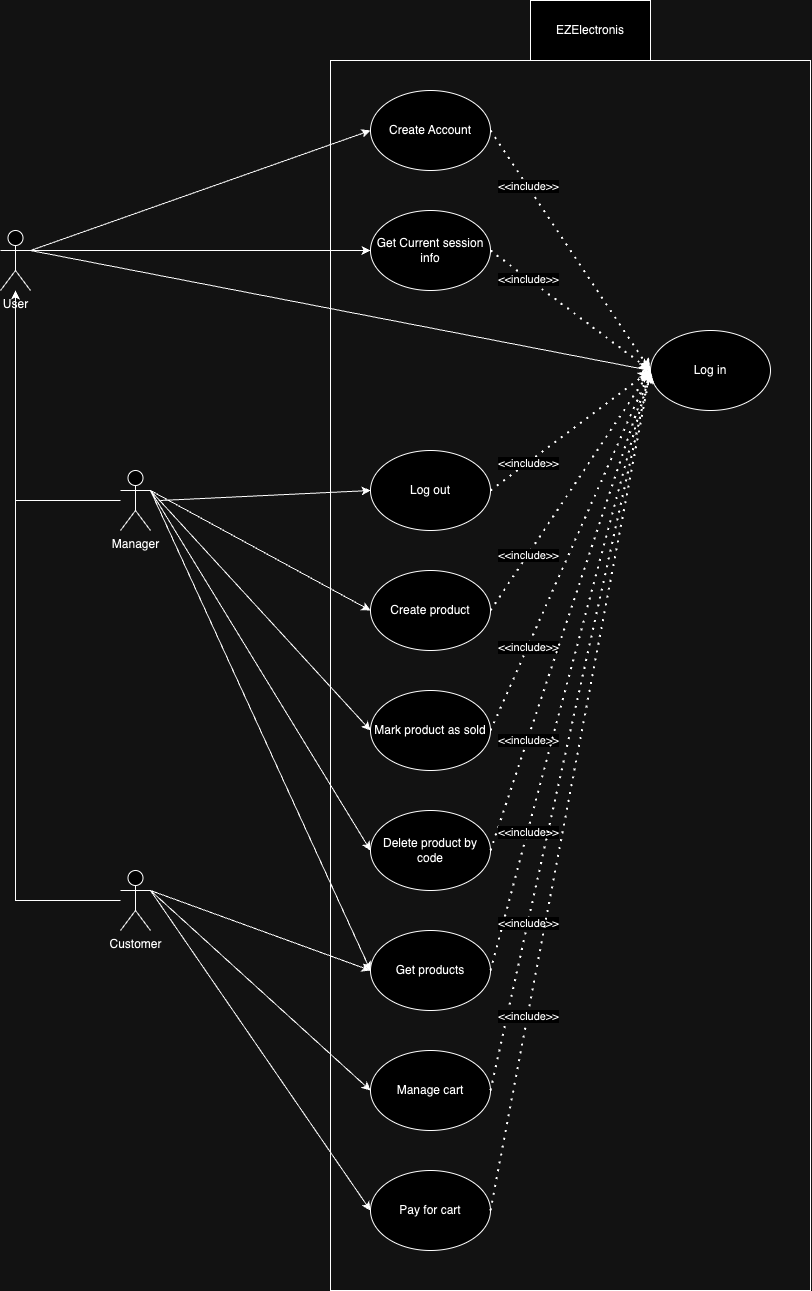
Earlier version of the draw.io export assets/img/V1/UCDV1.png (Andrea-1704/Ezelectronics). Source tidied: cells renumbered, new cells last; positions are measured from the earlier drawing's top-left corner, leaving out a move shared by most shapes.
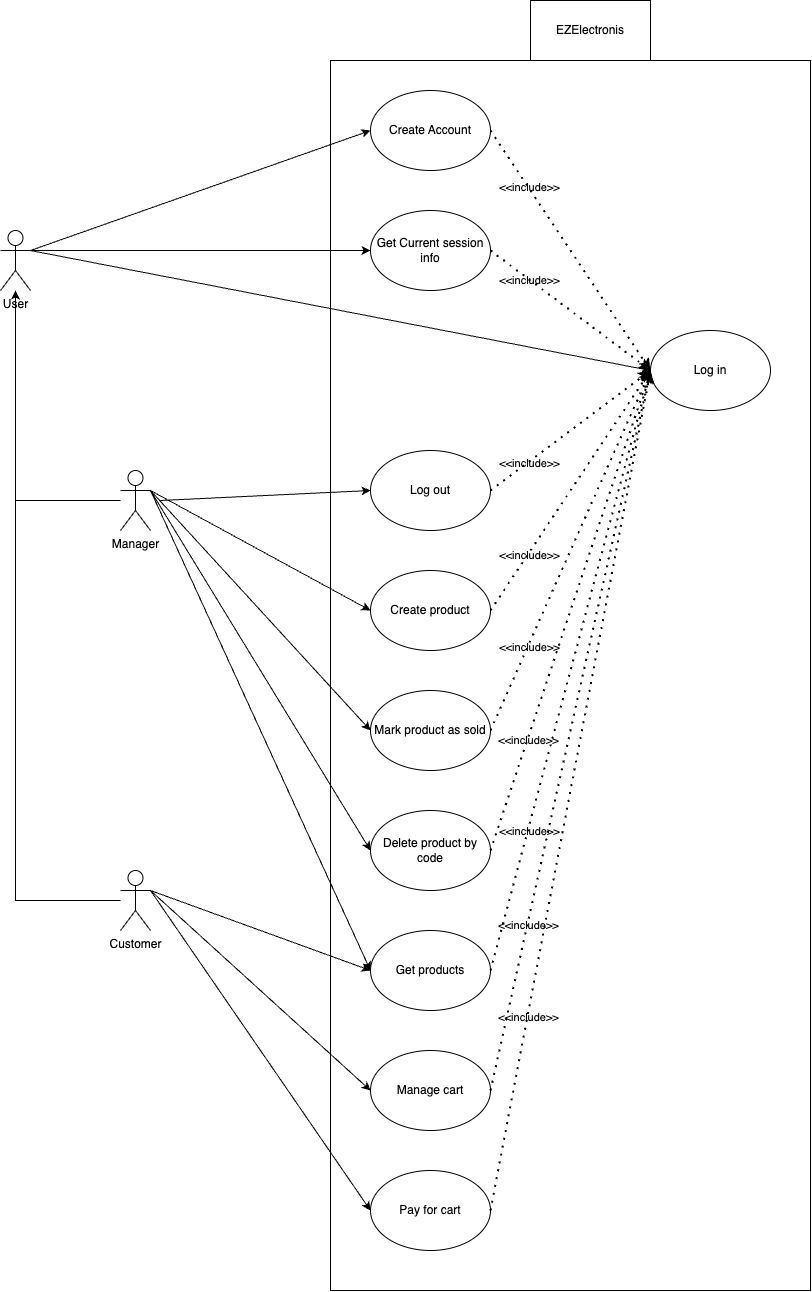
After the commit.

Diff of the diagram source:
```diff
@@ -2,155 +2,155 @@
   <root>
     <mxCell id="0" />
     <mxCell id="1" parent="0" />
-    <mxCell id="2" value="Create Account" style="ellipse;whiteSpace=wrap;html=1;" parent="1" vertex="1">
+    <mxCell id="2" value="Create Account" style="ellipse;whiteSpace=wrap;html=1;labelBackgroundColor=none;rounded=0;" parent="1" vertex="1">
       <mxGeometry x="370" y="90" width="120" height="80" as="geometry" />
     </mxCell>
-    <mxCell id="3" value="User&lt;div&gt;&lt;br&gt;&lt;/div&gt;" style="shape=umlActor;verticalLabelPosition=bottom;verticalAlign=top;html=1;outlineConnect=0;" parent="1" vertex="1">
+    <mxCell id="3" value="User&lt;div&gt;&lt;br&gt;&lt;/div&gt;" style="shape=umlActor;verticalLabelPosition=bottom;verticalAlign=top;html=1;outlineConnect=0;labelBackgroundColor=none;rounded=0;" parent="1" vertex="1">
       <mxGeometry y="230" width="30" height="60" as="geometry" />
     </mxCell>
-    <mxCell id="4" value="Log in" style="ellipse;whiteSpace=wrap;html=1;" parent="1" vertex="1">
+    <mxCell id="4" value="Log in" style="ellipse;whiteSpace=wrap;html=1;labelBackgroundColor=none;rounded=0;" parent="1" vertex="1">
       <mxGeometry x="650" y="330" width="120" height="80" as="geometry" />
     </mxCell>
-    <mxCell id="5" value="Get Current session info" style="ellipse;whiteSpace=wrap;html=1;" parent="1" vertex="1">
+    <mxCell id="5" value="Get Current session info" style="ellipse;whiteSpace=wrap;html=1;labelBackgroundColor=none;rounded=0;" parent="1" vertex="1">
       <mxGeometry x="370" y="210" width="120" height="80" as="geometry" />
     </mxCell>
-    <mxCell id="6" value="Create product" style="ellipse;whiteSpace=wrap;html=1;" parent="1" vertex="1">
+    <mxCell id="6" value="Create product" style="ellipse;whiteSpace=wrap;html=1;labelBackgroundColor=none;rounded=0;" parent="1" vertex="1">
       <mxGeometry x="370" y="570" width="120" height="80" as="geometry" />
     </mxCell>
-    <mxCell id="7" value="Mark product as sold" style="ellipse;whiteSpace=wrap;html=1;" parent="1" vertex="1">
+    <mxCell id="7" value="Mark product as sold" style="ellipse;whiteSpace=wrap;html=1;labelBackgroundColor=none;rounded=0;" parent="1" vertex="1">
       <mxGeometry x="370" y="690" width="120" height="80" as="geometry" />
     </mxCell>
-    <mxCell id="8" value="Get products" style="ellipse;whiteSpace=wrap;html=1;" parent="1" vertex="1">
+    <mxCell id="8" value="Get products" style="ellipse;whiteSpace=wrap;html=1;labelBackgroundColor=none;rounded=0;" parent="1" vertex="1">
       <mxGeometry x="370" y="930" width="120" height="80" as="geometry" />
     </mxCell>
-    <mxCell id="9" value="Delete product by code" style="ellipse;whiteSpace=wrap;html=1;" parent="1" vertex="1">
+    <mxCell id="9" value="Delete product by code" style="ellipse;whiteSpace=wrap;html=1;labelBackgroundColor=none;rounded=0;" parent="1" vertex="1">
       <mxGeometry x="370" y="810" width="120" height="80" as="geometry" />
     </mxCell>
-    <mxCell id="10" value="Manage cart" style="ellipse;whiteSpace=wrap;html=1;" parent="1" vertex="1">
+    <mxCell id="10" value="Manage cart" style="ellipse;whiteSpace=wrap;html=1;labelBackgroundColor=none;rounded=0;" parent="1" vertex="1">
       <mxGeometry x="370" y="1050" width="120" height="80" as="geometry" />
     </mxCell>
-    <mxCell id="11" style="edgeStyle=orthogonalEdgeStyle;rounded=0;jettySize=auto;html=1;" parent="1" edge="1" source="12" target="3">
+    <mxCell id="11" style="edgeStyle=orthogonalEdgeStyle;rounded=0;jettySize=auto;html=1;labelBackgroundColor=none;fontColor=default;" parent="1" edge="1" source="12" target="3">
       <mxGeometry relative="1" as="geometry" />
     </mxCell>
-    <mxCell id="12" value="Manager" style="shape=umlActor;verticalLabelPosition=bottom;verticalAlign=top;html=1;outlineConnect=0;" parent="1" vertex="1">
+    <mxCell id="12" value="Manager" style="shape=umlActor;verticalLabelPosition=bottom;verticalAlign=top;html=1;outlineConnect=0;labelBackgroundColor=none;rounded=0;" parent="1" vertex="1">
       <mxGeometry x="120" y="470" width="30" height="60" as="geometry" />
     </mxCell>
-    <mxCell id="13" style="edgeStyle=orthogonalEdgeStyle;rounded=0;jettySize=auto;html=1;" parent="1" edge="1" source="14" target="3">
+    <mxCell id="13" style="edgeStyle=orthogonalEdgeStyle;rounded=0;jettySize=auto;html=1;labelBackgroundColor=none;fontColor=default;" parent="1" edge="1" source="14" target="3">
       <mxGeometry relative="1" as="geometry" />
     </mxCell>
-    <mxCell id="14" value="Customer" style="shape=umlActor;verticalLabelPosition=bottom;verticalAlign=top;html=1;outlineConnect=0;" parent="1" vertex="1">
+    <mxCell id="14" value="Customer" style="shape=umlActor;verticalLabelPosition=bottom;verticalAlign=top;html=1;outlineConnect=0;labelBackgroundColor=none;rounded=0;" parent="1" vertex="1">
       <mxGeometry x="120" y="870" width="30" height="60" as="geometry" />
     </mxCell>
-    <mxCell id="15" style="endArrow=classic;html=1;rounded=0;entryX=0;entryY=0.5;entryDx=0;entryDy=0;exitX=1;exitY=0.3333333333333333;exitDx=0;exitDy=0;exitPerimeter=0;" parent="1" edge="1" source="3" target="2">
+    <mxCell id="15" style="endArrow=classic;html=1;rounded=0;entryX=0;entryY=0.5;entryDx=0;entryDy=0;exitX=1;exitY=0.3333333333333333;exitDx=0;exitDy=0;exitPerimeter=0;labelBackgroundColor=none;fontColor=default;" parent="1" edge="1" source="3" target="2">
       <mxGeometry relative="1" as="geometry" />
     </mxCell>
-    <mxCell id="16" style="endArrow=classic;html=1;rounded=0;entryX=0;entryY=0.5;entryDx=0;entryDy=0;exitX=1;exitY=0.3333333333333333;exitDx=0;exitDy=0;exitPerimeter=0;" parent="1" edge="1" source="3" target="5">
+    <mxCell id="16" style="endArrow=classic;html=1;rounded=0;entryX=0;entryY=0.5;entryDx=0;entryDy=0;exitX=1;exitY=0.3333333333333333;exitDx=0;exitDy=0;exitPerimeter=0;labelBackgroundColor=none;fontColor=default;" parent="1" edge="1" source="3" target="5">
       <mxGeometry relative="1" as="geometry" />
     </mxCell>
-    <mxCell id="17" style="endArrow=classic;html=1;rounded=0;entryX=0;entryY=0.5;entryDx=0;entryDy=0;exitX=1;exitY=0.3333333333333333;exitDx=0;exitDy=0;exitPerimeter=0;" parent="1" edge="1" source="3" target="4">
+    <mxCell id="17" style="endArrow=classic;html=1;rounded=0;entryX=0;entryY=0.5;entryDx=0;entryDy=0;exitX=1;exitY=0.3333333333333333;exitDx=0;exitDy=0;exitPerimeter=0;labelBackgroundColor=none;fontColor=default;" parent="1" edge="1" source="3" target="4">
       <mxGeometry relative="1" as="geometry" />
     </mxCell>
-    <mxCell id="18" style="endArrow=classic;html=1;rounded=0;entryX=0;entryY=0.5;entryDx=0;entryDy=0;exitX=1;exitY=0.3333333333333333;exitDx=0;exitDy=0;exitPerimeter=0;" parent="1" edge="1" source="12" target="6">
+    <mxCell id="18" style="endArrow=classic;html=1;rounded=0;entryX=0;entryY=0.5;entryDx=0;entryDy=0;exitX=1;exitY=0.3333333333333333;exitDx=0;exitDy=0;exitPerimeter=0;labelBackgroundColor=none;fontColor=default;" parent="1" edge="1" source="12" target="6">
       <mxGeometry relative="1" as="geometry" />
     </mxCell>
-    <mxCell id="19" style="endArrow=classic;html=1;rounded=0;exitX=1;exitY=0.3333333333333333;exitDx=0;exitDy=0;exitPerimeter=0;entryX=0;entryY=0.5;entryDx=0;entryDy=0;" parent="1" edge="1" source="14" target="10">
+    <mxCell id="19" style="endArrow=classic;html=1;rounded=0;exitX=1;exitY=0.3333333333333333;exitDx=0;exitDy=0;exitPerimeter=0;entryX=0;entryY=0.5;entryDx=0;entryDy=0;labelBackgroundColor=none;fontColor=default;" parent="1" edge="1" source="14" target="10">
       <mxGeometry relative="1" as="geometry" />
     </mxCell>
-    <mxCell id="20" style="endArrow=classic;html=1;rounded=0;exitX=1;exitY=0.3333333333333333;exitDx=0;exitDy=0;exitPerimeter=0;entryX=0;entryY=0.5;entryDx=0;entryDy=0;" parent="1" edge="1" source="12" target="8">
+    <mxCell id="20" style="endArrow=classic;html=1;rounded=0;exitX=1;exitY=0.3333333333333333;exitDx=0;exitDy=0;exitPerimeter=0;entryX=0;entryY=0.5;entryDx=0;entryDy=0;labelBackgroundColor=none;fontColor=default;" parent="1" edge="1" source="12" target="8">
       <mxGeometry relative="1" as="geometry" />
     </mxCell>
-    <mxCell id="21" style="endArrow=classic;html=1;rounded=0;entryX=0;entryY=0.5;entryDx=0;entryDy=0;exitX=1;exitY=0.3333333333333333;exitDx=0;exitDy=0;exitPerimeter=0;" parent="1" edge="1" source="12" target="7">
+    <mxCell id="21" style="endArrow=classic;html=1;rounded=0;entryX=0;entryY=0.5;entryDx=0;entryDy=0;exitX=1;exitY=0.3333333333333333;exitDx=0;exitDy=0;exitPerimeter=0;labelBackgroundColor=none;fontColor=default;" parent="1" edge="1" source="12" target="7">
       <mxGeometry relative="1" as="geometry" />
     </mxCell>
-    <mxCell id="22" style="endArrow=classic;html=1;rounded=0;entryX=0;entryY=0.5;entryDx=0;entryDy=0;exitX=1;exitY=0.3333333333333333;exitDx=0;exitDy=0;exitPerimeter=0;" parent="1" edge="1" source="12" target="9">
+    <mxCell id="22" style="endArrow=classic;html=1;rounded=0;entryX=0;entryY=0.5;entryDx=0;entryDy=0;exitX=1;exitY=0.3333333333333333;exitDx=0;exitDy=0;exitPerimeter=0;labelBackgroundColor=none;fontColor=default;" parent="1" edge="1" source="12" target="9">
       <mxGeometry relative="1" as="geometry" />
     </mxCell>
-    <mxCell id="23" style="endArrow=classic;html=1;rounded=0;exitX=1;exitY=0.3333333333333333;exitDx=0;exitDy=0;exitPerimeter=0;entryX=0;entryY=0.5;entryDx=0;entryDy=0;" parent="1" edge="1" source="14" target="8">
+    <mxCell id="23" style="endArrow=classic;html=1;rounded=0;exitX=1;exitY=0.3333333333333333;exitDx=0;exitDy=0;exitPerimeter=0;entryX=0;entryY=0.5;entryDx=0;entryDy=0;labelBackgroundColor=none;fontColor=default;" parent="1" edge="1" source="14" target="8">
       <mxGeometry relative="1" as="geometry" />
     </mxCell>
-    <mxCell id="24" style="rounded=0;whiteSpace=wrap;html=1;fillColor=none;" parent="1" vertex="1">
+    <mxCell id="24" style="rounded=0;whiteSpace=wrap;html=1;fillColor=none;labelBackgroundColor=none;" parent="1" vertex="1">
       <mxGeometry x="330" y="60" width="480" height="1230" as="geometry" />
     </mxCell>
-    <mxCell id="25" value="EZElectronis" style="rounded=0;whiteSpace=wrap;html=1;" parent="1" vertex="1">
+    <mxCell id="25" value="EZElectronis" style="rounded=0;whiteSpace=wrap;html=1;labelBackgroundColor=none;" parent="1" vertex="1">
       <mxGeometry x="530" width="120" height="60" as="geometry" />
     </mxCell>
-    <mxCell id="26" value="Pay for cart" style="ellipse;whiteSpace=wrap;html=1;" parent="1" vertex="1">
+    <mxCell id="26" value="Pay for cart" style="ellipse;whiteSpace=wrap;html=1;labelBackgroundColor=none;rounded=0;" parent="1" vertex="1">
       <mxGeometry x="370" y="1170" width="120" height="80" as="geometry" />
     </mxCell>
-    <mxCell id="27" style="endArrow=classic;html=1;rounded=0;entryX=0;entryY=0.5;entryDx=0;entryDy=0;" parent="1" edge="1" target="26">
+    <mxCell id="27" style="endArrow=classic;html=1;rounded=0;entryX=0;entryY=0.5;entryDx=0;entryDy=0;labelBackgroundColor=none;fontColor=default;" parent="1" edge="1" target="26">
       <mxGeometry relative="1" as="geometry">
         <mxPoint x="150" y="890" as="sourcePoint" />
       </mxGeometry>
     </mxCell>
-    <mxCell id="28" value="Log&amp;nbsp;&lt;span style=&quot;background-color: initial;&quot;&gt;out&lt;/span&gt;" style="ellipse;whiteSpace=wrap;html=1;" parent="1" vertex="1">
+    <mxCell id="28" value="Log&amp;nbsp;&lt;span style=&quot;background-color: initial;&quot;&gt;out&lt;/span&gt;" style="ellipse;whiteSpace=wrap;html=1;labelBackgroundColor=none;rounded=0;" parent="1" vertex="1">
       <mxGeometry x="370" y="450" width="120" height="80" as="geometry" />
     </mxCell>
-    <mxCell id="29" style="endArrow=classic;dashed=1;html=1;dashPattern=1 3;strokeWidth=2;rounded=0;entryX=0;entryY=0.5;entryDx=0;entryDy=0;exitX=1;exitY=0.5;exitDx=0;exitDy=0;endFill=1;" parent="1" edge="1" source="28" target="4">
+    <mxCell id="29" style="endArrow=classic;dashed=1;html=1;dashPattern=1 3;strokeWidth=2;rounded=0;entryX=0;entryY=0.5;entryDx=0;entryDy=0;exitX=1;exitY=0.5;exitDx=0;exitDy=0;endFill=1;labelBackgroundColor=none;fontColor=default;" parent="1" edge="1" source="28" target="4">
       <mxGeometry relative="1" as="geometry" />
     </mxCell>
-    <mxCell id="30" value="&amp;lt;&amp;lt;include&amp;gt;&amp;gt;" style="edgeLabel;html=1;align=center;verticalAlign=middle;" parent="29" vertex="1">
+    <mxCell id="30" value="&amp;lt;&amp;lt;include&amp;gt;&amp;gt;" style="edgeLabel;html=1;align=center;verticalAlign=middle;labelBackgroundColor=none;rounded=0;" parent="29" vertex="1">
       <mxGeometry x="-0.54" relative="1" as="geometry" />
     </mxCell>
-    <mxCell id="31" style="endArrow=classic;dashed=1;html=1;dashPattern=1 3;strokeWidth=2;rounded=0;exitX=1;exitY=0.5;exitDx=0;exitDy=0;endFill=1;" parent="1" edge="1" source="6">
+    <mxCell id="31" style="endArrow=classic;dashed=1;html=1;dashPattern=1 3;strokeWidth=2;rounded=0;exitX=1;exitY=0.5;exitDx=0;exitDy=0;endFill=1;labelBackgroundColor=none;fontColor=default;" parent="1" edge="1" source="6">
       <mxGeometry relative="1" as="geometry">
         <mxPoint x="650" y="370" as="targetPoint" />
       </mxGeometry>
     </mxCell>
-    <mxCell id="32" value="&amp;lt;&amp;lt;include&amp;gt;&amp;gt;" style="edgeLabel;html=1;align=center;verticalAlign=middle;" parent="31" vertex="1">
+    <mxCell id="32" value="&amp;lt;&amp;lt;include&amp;gt;&amp;gt;" style="edgeLabel;html=1;align=center;verticalAlign=middle;labelBackgroundColor=none;rounded=0;" parent="31" vertex="1">
       <mxGeometry x="-0.54" relative="1" as="geometry" />
     </mxCell>
-    <mxCell id="33" style="endArrow=classic;dashed=1;html=1;dashPattern=1 3;strokeWidth=2;rounded=0;exitX=1;exitY=0.5;exitDx=0;exitDy=0;endFill=1;" parent="1" edge="1" source="7">
+    <mxCell id="33" style="endArrow=classic;dashed=1;html=1;dashPattern=1 3;strokeWidth=2;rounded=0;exitX=1;exitY=0.5;exitDx=0;exitDy=0;endFill=1;labelBackgroundColor=none;fontColor=default;" parent="1" edge="1" source="7">
       <mxGeometry relative="1" as="geometry">
         <mxPoint x="650" y="370" as="targetPoint" />
       </mxGeometry>
     </mxCell>
-    <mxCell id="34" value="&amp;lt;&amp;lt;include&amp;gt;&amp;gt;" style="edgeLabel;html=1;align=center;verticalAlign=middle;" parent="33" vertex="1">
+    <mxCell id="34" value="&amp;lt;&amp;lt;include&amp;gt;&amp;gt;" style="edgeLabel;html=1;align=center;verticalAlign=middle;labelBackgroundColor=none;rounded=0;" parent="33" vertex="1">
       <mxGeometry x="-0.54" relative="1" as="geometry" />
     </mxCell>
-    <mxCell id="35" style="endArrow=classic;dashed=1;html=1;dashPattern=1 3;strokeWidth=2;rounded=0;exitX=1;exitY=0.5;exitDx=0;exitDy=0;endFill=1;" parent="1" edge="1" source="9">
+    <mxCell id="35" style="endArrow=classic;dashed=1;html=1;dashPattern=1 3;strokeWidth=2;rounded=0;exitX=1;exitY=0.5;exitDx=0;exitDy=0;endFill=1;labelBackgroundColor=none;fontColor=default;" parent="1" edge="1" source="9">
       <mxGeometry relative="1" as="geometry">
         <mxPoint x="650" y="370" as="targetPoint" />
       </mxGeometry>
     </mxCell>
-    <mxCell id="36" value="&amp;lt;&amp;lt;include&amp;gt;&amp;gt;" style="edgeLabel;html=1;align=center;verticalAlign=middle;" parent="35" vertex="1">
+    <mxCell id="36" value="&amp;lt;&amp;lt;include&amp;gt;&amp;gt;" style="edgeLabel;html=1;align=center;verticalAlign=middle;labelBackgroundColor=none;rounded=0;" parent="35" vertex="1">
       <mxGeometry x="-0.54" relative="1" as="geometry" />
     </mxCell>
-    <mxCell id="37" style="endArrow=classic;dashed=1;html=1;dashPattern=1 3;strokeWidth=2;rounded=0;exitX=1;exitY=0.5;exitDx=0;exitDy=0;endFill=1;entryX=0;entryY=0.5;entryDx=0;entryDy=0;" parent="1" edge="1" source="8" target="4">
+    <mxCell id="37" style="endArrow=classic;dashed=1;html=1;dashPattern=1 3;strokeWidth=2;rounded=0;exitX=1;exitY=0.5;exitDx=0;exitDy=0;endFill=1;entryX=0;entryY=0.5;entryDx=0;entryDy=0;labelBackgroundColor=none;fontColor=default;" parent="1" edge="1" source="8" target="4">
       <mxGeometry relative="1" as="geometry" />
     </mxCell>
-    <mxCell id="38" value="&amp;lt;&amp;lt;include&amp;gt;&amp;gt;" style="edgeLabel;html=1;align=center;verticalAlign=middle;" parent="37" vertex="1">
+    <mxCell id="38" value="&amp;lt;&amp;lt;include&amp;gt;&amp;gt;" style="edgeLabel;html=1;align=center;verticalAlign=middle;labelBackgroundColor=none;rounded=0;" parent="37" vertex="1">
       <mxGeometry x="-0.54" relative="1" as="geometry" />
     </mxCell>
-    <mxCell id="39" style="endArrow=classic;dashed=1;html=1;dashPattern=1 3;strokeWidth=2;rounded=0;exitX=1;exitY=0.5;exitDx=0;exitDy=0;endFill=1;entryX=0;entryY=0.5;entryDx=0;entryDy=0;" parent="1" edge="1" source="10" target="4">
+    <mxCell id="39" style="endArrow=classic;dashed=1;html=1;dashPattern=1 3;strokeWidth=2;rounded=0;exitX=1;exitY=0.5;exitDx=0;exitDy=0;endFill=1;entryX=0;entryY=0.5;entryDx=0;entryDy=0;labelBackgroundColor=none;fontColor=default;" parent="1" edge="1" source="10" target="4">
       <mxGeometry relative="1" as="geometry" />
     </mxCell>
-    <mxCell id="40" value="&amp;lt;&amp;lt;include&amp;gt;&amp;gt;" style="edgeLabel;html=1;align=center;verticalAlign=middle;" parent="39" vertex="1">
+    <mxCell id="40" value="&amp;lt;&amp;lt;include&amp;gt;&amp;gt;" style="edgeLabel;html=1;align=center;verticalAlign=middle;labelBackgroundColor=none;rounded=0;" parent="39" vertex="1">
       <mxGeometry x="-0.54" relative="1" as="geometry" />
     </mxCell>
-    <mxCell id="41" style="endArrow=classic;dashed=1;html=1;dashPattern=1 3;strokeWidth=2;rounded=0;exitX=1;exitY=0.5;exitDx=0;exitDy=0;endFill=1;" parent="1" edge="1" source="26">
+    <mxCell id="41" style="endArrow=classic;dashed=1;html=1;dashPattern=1 3;strokeWidth=2;rounded=0;exitX=1;exitY=0.5;exitDx=0;exitDy=0;endFill=1;labelBackgroundColor=none;fontColor=default;" parent="1" edge="1" source="26">
       <mxGeometry relative="1" as="geometry">
         <mxPoint x="650" y="370" as="targetPoint" />
       </mxGeometry>
     </mxCell>
-    <mxCell id="42" value="&amp;lt;&amp;lt;include&amp;gt;&amp;gt;" style="edgeLabel;html=1;align=center;verticalAlign=middle;" parent="41" vertex="1">
+    <mxCell id="42" value="&amp;lt;&amp;lt;include&amp;gt;&amp;gt;" style="edgeLabel;html=1;align=center;verticalAlign=middle;labelBackgroundColor=none;rounded=0;" parent="41" vertex="1">
       <mxGeometry x="-0.54" relative="1" as="geometry" />
     </mxCell>
-    <mxCell id="43" style="endArrow=classic;dashed=1;html=1;dashPattern=1 3;strokeWidth=2;rounded=0;entryX=0;entryY=0.5;entryDx=0;entryDy=0;exitX=1;exitY=0.5;exitDx=0;exitDy=0;endFill=1;" parent="1" edge="1" source="5" target="4">
+    <mxCell id="43" style="endArrow=classic;dashed=1;html=1;dashPattern=1 3;strokeWidth=2;rounded=0;entryX=0;entryY=0.5;entryDx=0;entryDy=0;exitX=1;exitY=0.5;exitDx=0;exitDy=0;endFill=1;labelBackgroundColor=none;fontColor=default;" parent="1" edge="1" source="5" target="4">
       <mxGeometry relative="1" as="geometry" />
     </mxCell>
-    <mxCell id="44" value="&amp;lt;&amp;lt;include&amp;gt;&amp;gt;" style="edgeLabel;html=1;align=center;verticalAlign=middle;" parent="43" vertex="1">
+    <mxCell id="44" value="&amp;lt;&amp;lt;include&amp;gt;&amp;gt;" style="edgeLabel;html=1;align=center;verticalAlign=middle;labelBackgroundColor=none;rounded=0;" parent="43" vertex="1">
       <mxGeometry x="-0.54" relative="1" as="geometry" />
     </mxCell>
-    <mxCell id="45" style="endArrow=classic;dashed=1;html=1;dashPattern=1 3;strokeWidth=2;rounded=0;endFill=1;" parent="1" edge="1">
+    <mxCell id="45" style="endArrow=classic;dashed=1;html=1;dashPattern=1 3;strokeWidth=2;rounded=0;endFill=1;labelBackgroundColor=none;fontColor=default;" parent="1" edge="1">
       <mxGeometry relative="1" as="geometry">
         <mxPoint x="490" y="130" as="sourcePoint" />
         <mxPoint x="650" y="370" as="targetPoint" />
       </mxGeometry>
     </mxCell>
-    <mxCell id="46" value="&amp;lt;&amp;lt;include&amp;gt;&amp;gt;" style="edgeLabel;html=1;align=center;verticalAlign=middle;" parent="45" vertex="1">
+    <mxCell id="46" value="&amp;lt;&amp;lt;include&amp;gt;&amp;gt;" style="edgeLabel;html=1;align=center;verticalAlign=middle;labelBackgroundColor=none;rounded=0;" parent="45" vertex="1">
       <mxGeometry x="-0.54" relative="1" as="geometry" />
     </mxCell>
-    <mxCell id="47" style="endArrow=classic;html=1;rounded=0;exitX=1;exitY=0.3333333333333333;exitDx=0;exitDy=0;exitPerimeter=0;entryX=0;entryY=0.5;entryDx=0;entryDy=0;" parent="1" edge="1" target="28">
+    <mxCell id="47" style="endArrow=classic;html=1;rounded=0;exitX=1;exitY=0.3333333333333333;exitDx=0;exitDy=0;exitPerimeter=0;entryX=0;entryY=0.5;entryDx=0;entryDy=0;labelBackgroundColor=none;fontColor=default;" parent="1" edge="1" target="28">
       <mxGeometry relative="1" as="geometry">
         <mxPoint x="160" y="500" as="sourcePoint" />
       </mxGeometry>
```
